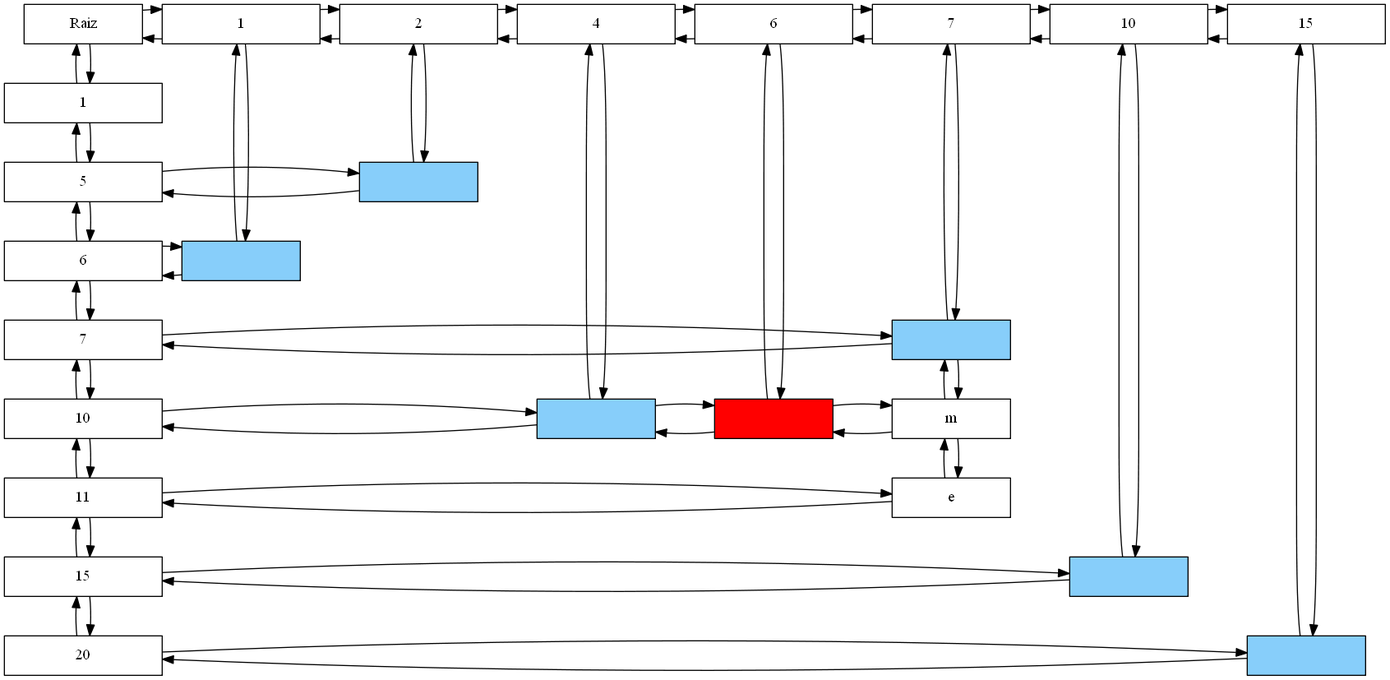
Above: scrabble/ReporteMatriz.png in ChrisUSAC/EDD_1S2020_PY1_201709272 (Graphviz), before the change. Its source is kept beside it as scrabble/ReporteMatriz.dot.
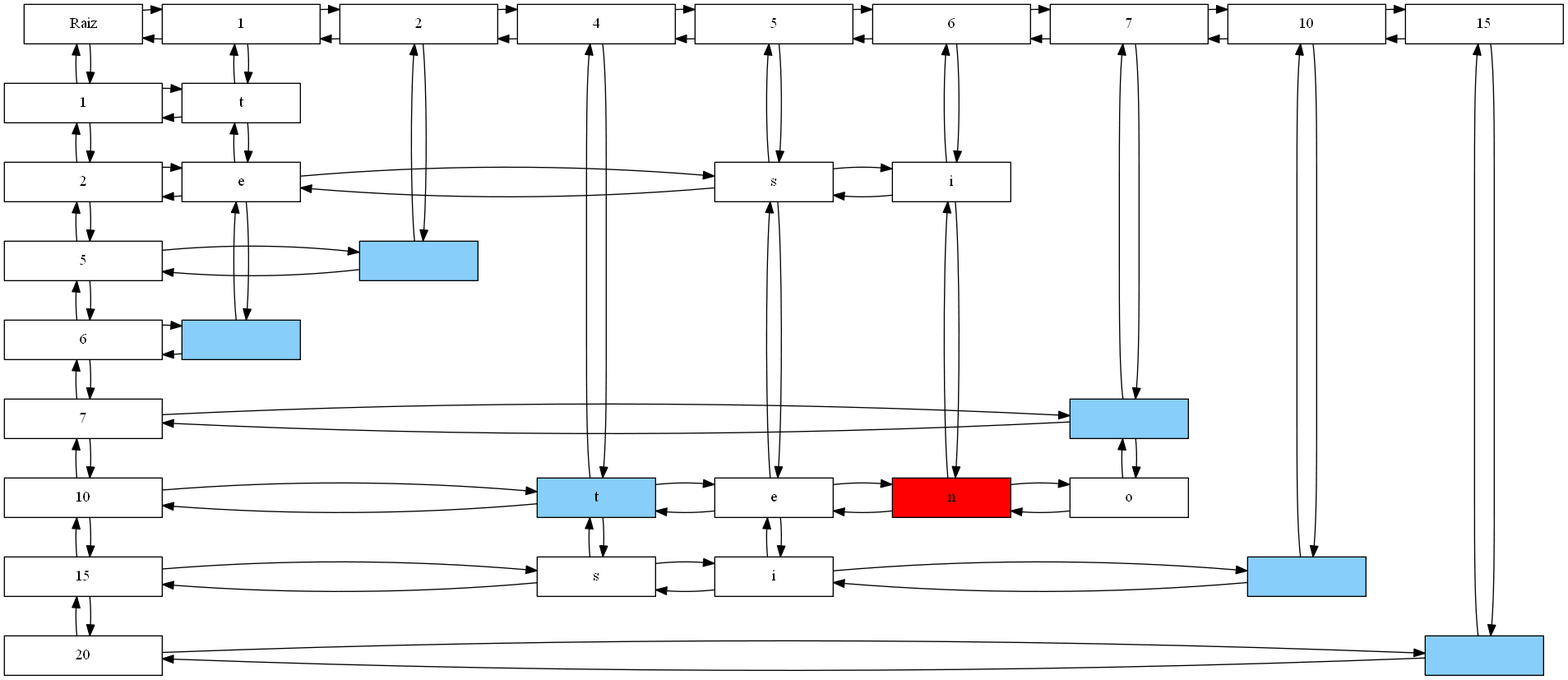
Later version of the same file.

Change to the diagram source:
```diff
@@ -3,11 +3,11 @@
 Raiz[label = "Raiz", width=1.5, group = 1];
 
 f0[label = "1" width=2.0 , group = 1 ];
-f1[label = "5" width=2.0 , group = 1 ];
-f2[label = "6" width=2.0 , group = 1 ];
-f3[label = "7" width=2.0 , group = 1 ];
-f4[label = "10" width=2.0 , group = 1 ];
-f5[label = "11" width=2.0 , group = 1 ];
+f1[label = "2" width=2.0 , group = 1 ];
+f2[label = "5" width=2.0 , group = 1 ];
+f3[label = "6" width=2.0 , group = 1 ];
+f4[label = "7" width=2.0 , group = 1 ];
+f5[label = "10" width=2.0 , group = 1 ];
 f6[label = "15" width=2.0 , group = 1 ];
 f7[label = "20" width=2.0 , group = 1 ];
 f0 -> f1[dir = back];
@@ -27,10 +27,11 @@
 c0[label = "1" width=2.0 , group = 2 ];
 c1[label = "2" width=2.0 , group = 3 ];
 c2[label = "4" width=2.0 , group = 4 ];
-c3[label = "6" width=2.0 , group = 5 ];
-c4[label = "7" width=2.0 , group = 6 ];
-c5[label = "10" width=2.0 , group = 7 ];
-c6[label = "15" width=2.0 , group = 8 ];
+c3[label = "5" width=2.0 , group = 5 ];
+c4[label = "6" width=2.0 , group = 6 ];
+c5[label = "7" width=2.0 , group = 7 ];
+c6[label = "10" width=2.0 , group = 8 ];
+c7[label = "15" width=2.0 , group = 9 ];
 c0 -> c1[dir = back];
 c0 -> c1
 c1 -> c2[dir = back];
@@ -43,71 +44,109 @@
 c4 -> c5
 c5 -> c6[dir = back];
 c5 -> c6
+c6 -> c7[dir = back];
+c6 -> c7
  Raiz -> f0 [dir = back];
  Raiz -> f0 ;
  Raiz -> c0 [dir = back];
  Raiz -> c0 ;
-{rank = same;Raiz;c0;c1;c2;c3;c4;c5;c6;}
-n0[label = " " width = 1.5,fillcolor = lightskyblue,style = filled,group =2];
-n0[label = " " width = 1.5, group =2];
-n1[label = " " width = 1.5,fillcolor = lightskyblue,style = filled,group =3];
-n1[label = " " width = 1.5, group =3];
-n2[label = " " width = 1.5,fillcolor = lightskyblue,style = filled,group =4];
-n2[label = " " width = 1.5, group =4];
-n3[label = " " width = 1.5,fillcolor = red,style = filled, group =5];
-n3[label = " " width = 1.5, group =5];
-n4[label = " " width = 1.5,fillcolor = lightskyblue,style = filled,group =6];
-n4[label = " " width = 1.5, group =6];
-n5[label = "m" width = 1.5, group =6];
-n5[label = "m" width = 1.5, group =6];
-n6[label = "e" width = 1.5, group =6];
-n6[label = "e" width = 1.5, group =6];
-n7[label = " " width = 1.5,fillcolor = lightskyblue,style = filled,group =7];
-n7[label = " " width = 1.5, group =7];
-n8[label = " " width = 1.5,fillcolor = lightskyblue,style = filled,group =8];
-n8[label = " " width = 1.5, group =8];
+{rank = same;Raiz;c0;c1;c2;c3;c4;c5;c6;c7;}
+n0[label = "t" width = 1.5, group =2];
+n0[label = "t" width = 1.5, group =2];
+n1[label = "e" width = 1.5, group =2];
+n1[label = "e" width = 1.5, group =2];
+n2[label = " " width = 1.5,fillcolor = lightskyblue,style = filled,group =2];
+n2[label = " " width = 1.5, group =2];
+n3[label = " " width = 1.5,fillcolor = lightskyblue,style = filled,group =3];
+n3[label = " " width = 1.5, group =3];
+n4[label = "t" width = 1.5,fillcolor = lightskyblue,style = filled,group =4];
+n4[label = "t" width = 1.5, group =4];
+n5[label = "s" width = 1.5, group =4];
+n5[label = "s" width = 1.5, group =4];
+n6[label = "s" width = 1.5, group =5];
+n6[label = "s" width = 1.5, group =5];
+n7[label = "e" width = 1.5, group =5];
+n7[label = "e" width = 1.5, group =5];
+n8[label = "i" width = 1.5, group =5];
+n8[label = "i" width = 1.5, group =5];
+n9[label = "i" width = 1.5, group =6];
+n9[label = "i" width = 1.5, group =6];
+n10[label = "n" width = 1.5,fillcolor = red,style = filled, group =6];
+n10[label = "n" width = 1.5, group =6];
+n11[label = " " width = 1.5,fillcolor = lightskyblue,style = filled,group =7];
+n11[label = " " width = 1.5, group =7];
+n12[label = "o" width = 1.5, group =7];
+n12[label = "o" width = 1.5, group =7];
+n13[label = " " width = 1.5,fillcolor = lightskyblue,style = filled,group =8];
+n13[label = " " width = 1.5, group =8];
+n14[label = " " width = 1.5,fillcolor = lightskyblue,style = filled,group =9];
+n14[label = " " width = 1.5, group =9];
 c0 -> n0 [dir = back];
 c0 -> n0
-c1 -> n1 [dir = back];
-c1 -> n1
-c2 -> n2 [dir = back];
-c2 -> n2
-c3 -> n3 [dir = back];
-c3 -> n3
-c4 -> n4 [dir = back];
-c4 -> n4
+n0 -> n1 [dir = back];
+n0 -> n1
+n1 -> n2 [dir = back];
+n1 -> n2
+c1 -> n3 [dir = back];
+c1 -> n3
+c2 -> n4 [dir = back];
+c2 -> n4
 n4 -> n5 [dir = back];
 n4 -> n5
-n5 -> n6 [dir = back];
-n5 -> n6
-c5 -> n7 [dir = back];
-c5 -> n7
-c6 -> n8 [dir = back];
-c6 -> n8
+c3 -> n6 [dir = back];
+c3 -> n6
+n6 -> n7 [dir = back];
+n6 -> n7
+n7 -> n8 [dir = back];
+n7 -> n8
+c4 -> n9 [dir = back];
+c4 -> n9
+n9 -> n10 [dir = back];
+n9 -> n10
+c5 -> n11 [dir = back];
+c5 -> n11
+n11 -> n12 [dir = back];
+n11 -> n12
+c6 -> n13 [dir = back];
+c6 -> n13
+c7 -> n14 [dir = back];
+c7 -> n14
+f0 -> n0 [dir = back];
+f0 -> n0
 f1 -> n1 [dir = back];
 f1 -> n1
-f2 -> n0 [dir = back];
-f2 -> n0
-f3 -> n4 [dir = back];
-f3 -> n4
-f4 -> n2 [dir = back];
-f4 -> n2
-n2 -> n3 [dir = back];
-n2 -> n3
-n3 -> n5 [dir = back];
-n3 -> n5
-f5 -> n6 [dir = back];
-f5 -> n6
-f6 -> n7 [dir = back];
-f6 -> n7
-f7 -> n8 [dir = back];
-f7 -> n8
-{rank = same;f0;}
-{rank = same;f1;n1;}
-{rank = same;f2;n0;}
-{rank = same;f3;n4;}
-{rank = same;f4;n2;n3;n5;}
-{rank = same;f5;n6;}
-{rank = same;f6;n7;}
-{rank = same;f7;n8;}
+n1 -> n6 [dir = back];
+n1 -> n6
+n6 -> n9 [dir = back];
+n6 -> n9
+f2 -> n3 [dir = back];
+f2 -> n3
+f3 -> n2 [dir = back];
+f3 -> n2
+f4 -> n11 [dir = back];
+f4 -> n11
+f5 -> n4 [dir = back];
+f5 -> n4
+n4 -> n7 [dir = back];
+n4 -> n7
+n7 -> n10 [dir = back];
+n7 -> n10
+n10 -> n12 [dir = back];
+n10 -> n12
+f6 -> n5 [dir = back];
+f6 -> n5
+n5 -> n8 [dir = back];
+n5 -> n8
+n8 -> n13 [dir = back];
+n8 -> n13
+f7 -> n14 [dir = back];
+f7 -> n14
+{rank = same;f0;n0;}
+{rank = same;f1;n1;n6;n9;}
+{rank = same;f2;n3;}
+{rank = same;f3;n2;}
+{rank = same;f4;n11;}
+{rank = same;f5;n4;n7;n10;n12;}
+{rank = same;f6;n5;n8;n13;}
+{rank = same;f7;n14;}
 }
```
